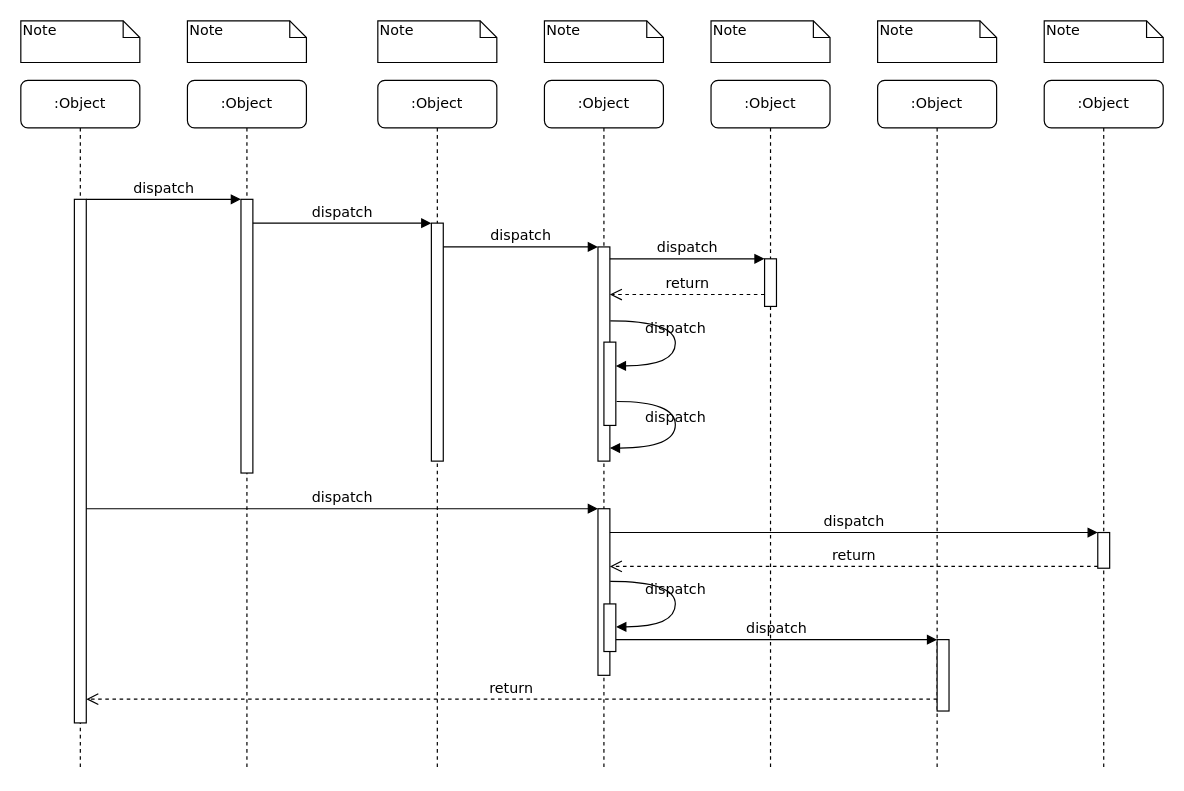
This is python服务架构.drawio from linxinqiang90/drawio, a draw.io file, before an edit. Source tidied: cells renumbered, new cells numbered last; positions are measured from the earlier drawing's top-left corner, leaving out a move shared by most shapes. Both pictures are drawn from the tidied source at 119%, with x=0, y=0 at pixel (20, 20).
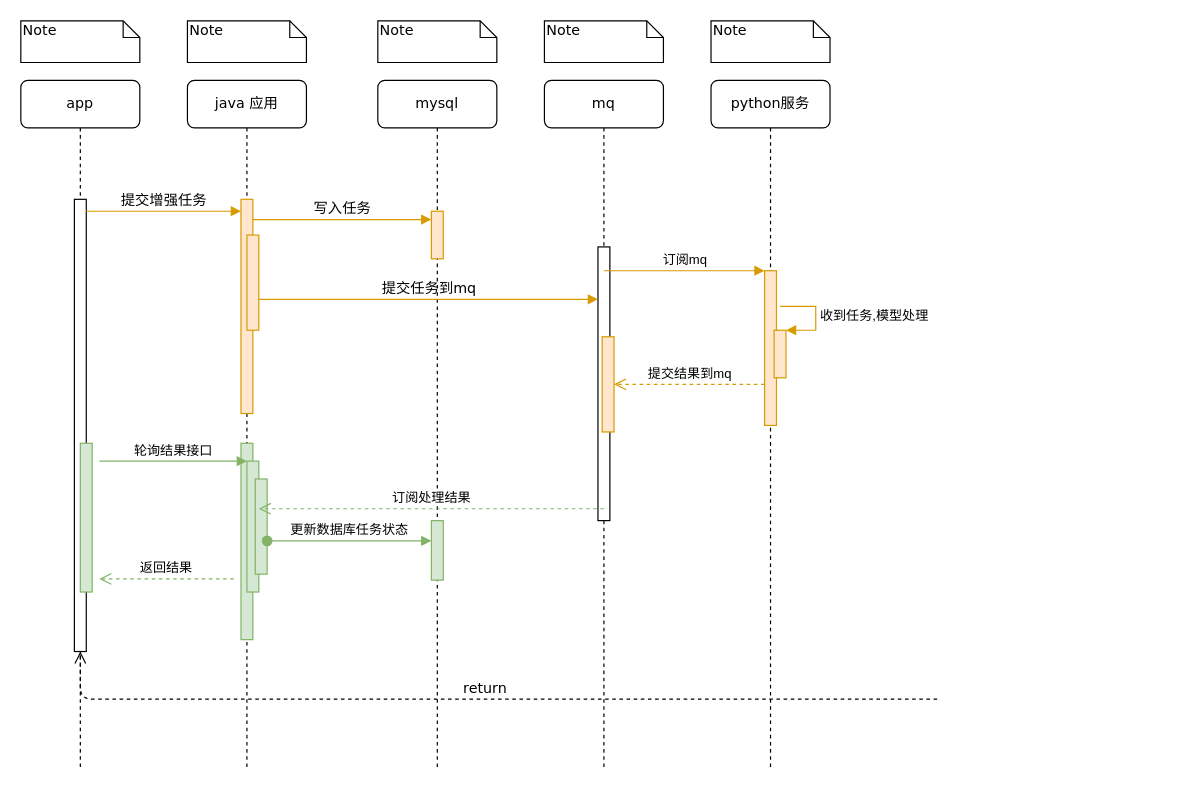
The same diagram, later.

Commit message:
更新python服务架构.drawio

Change to the diagram source:
```diff
@@
-    <mxCell id="2" value=":Object" style="shape=umlLifeline;perimeter=lifelinePerimeter;whiteSpace=wrap;html=1;rounded=1;shadow=0;comic=0;labelBackgroundColor=none;strokeWidth=1;fontFamily=Verdana;fontSize=12;align=center;" parent="1" vertex="1">
+    <mxCell id="2" value="java 应用" style="shape=umlLifeline;perimeter=lifelinePerimeter;whiteSpace=wrap;html=1;rounded=1;shadow=0;comic=0;labelBackgroundColor=none;strokeWidth=1;fontFamily=Verdana;fontSize=12;align=center;" parent="1" vertex="1">
       <mxGeometry x="140" y="50" width="100" height="580" as="geometry" />
     </mxCell>
-    <mxCell id="3" style="html=1;points=[];perimeter=orthogonalPerimeter;rounded=0;shadow=0;comic=0;labelBackgroundColor=none;strokeWidth=1;fontFamily=Verdana;fontSize=12;align=center;" parent="2" vertex="1">
-      <mxGeometry x="45" y="100" width="10" height="230" as="geometry" />
+    <mxCell id="3" style="html=1;points=[];perimeter=orthogonalPerimeter;rounded=0;shadow=0;comic=0;labelBackgroundColor=none;strokeWidth=1;fontFamily=Verdana;fontSize=12;align=center;fillColor=#ffe6cc;strokeColor=#d79b00;" parent="2" vertex="1">
+      <mxGeometry x="45" y="100" width="10" height="180" as="geometry" />
     </mxCell>
+    <mxCell id="39" style="html=1;perimeter=orthogonalPerimeter;fillColor=#ffe6cc;strokeColor=#d79b00;" parent="2" vertex="1">
+      <mxGeometry x="50" y="130" width="10" height="80" as="geometry" />
+    </mxCell>
+    <mxCell id="40" style="html=1;perimeter=orthogonalPerimeter;fillColor=#d5e8d4;strokeColor=#82b366;" parent="2" vertex="1">
+      <mxGeometry x="45" y="305" width="10" height="165" as="geometry" />
+    </mxCell>
+    <mxCell id="41" style="html=1;points=[];perimeter=orthogonalPerimeter;fillColor=#d5e8d4;strokeColor=#82b366;" parent="2" vertex="1">
+      <mxGeometry x="50" y="320" width="10" height="110" as="geometry" />
+    </mxCell>
+    <mxCell id="42" style="html=1;perimeter=orthogonalPerimeter;fillColor=#d5e8d4;strokeColor=#82b366;" parent="2" vertex="1">
+      <mxGeometry x="57" y="335" width="10" height="80" as="geometry" />
+    </mxCell>
+    <mxCell id="43" value="更新数据库任务状态" style="html=1;verticalAlign=bottom;startArrow=oval;startFill=1;endArrow=block;startSize=8;rounded=0;fillColor=#d5e8d4;strokeColor=#82b366;" parent="2" edge="1" target="44">
+      <mxGeometry relative="1" as="geometry">
+        <mxPoint x="67" y="387" as="sourcePoint" />
+      </mxGeometry>
+    </mxCell>
-    <mxCell id="4" value=":Object" style="shape=umlLifeline;perimeter=lifelinePerimeter;whiteSpace=wrap;html=1;rounded=1;shadow=0;comic=0;labelBackgroundColor=none;strokeWidth=1;fontFamily=Verdana;fontSize=12;align=center;" parent="1" vertex="1">
+    <mxCell id="4" value="mysql" style="shape=umlLifeline;perimeter=lifelinePerimeter;whiteSpace=wrap;html=1;rounded=1;shadow=0;comic=0;labelBackgroundColor=none;strokeWidth=1;fontFamily=Verdana;fontSize=12;align=center;" parent="1" vertex="1">
       <mxGeometry x="300" y="50" width="100" height="580" as="geometry" />
     </mxCell>
-    <mxCell id="5" style="html=1;points=[];perimeter=orthogonalPerimeter;rounded=0;shadow=0;comic=0;labelBackgroundColor=none;strokeWidth=1;fontFamily=Verdana;fontSize=12;align=center;" parent="4" vertex="1">
-      <mxGeometry x="45" y="120" width="10" height="200" as="geometry" />
+    <mxCell id="5" style="html=1;points=[];perimeter=orthogonalPerimeter;rounded=0;shadow=0;comic=0;labelBackgroundColor=none;strokeWidth=1;fontFamily=Verdana;fontSize=12;align=center;fillColor=#ffe6cc;strokeColor=#d79b00;" parent="4" vertex="1">
+      <mxGeometry x="45" y="110" width="10" height="40" as="geometry" />
     </mxCell>
+    <mxCell id="44" style="html=1;points=[];perimeter=orthogonalPerimeter;fillColor=#d5e8d4;strokeColor=#82b366;" parent="4" vertex="1">
+      <mxGeometry x="45" y="370" width="10" height="50" as="geometry" />
+    </mxCell>
-    <mxCell id="6" value=":Object" style="shape=umlLifeline;perimeter=lifelinePerimeter;whiteSpace=wrap;html=1;rounded=1;shadow=0;comic=0;labelBackgroundColor=none;strokeWidth=1;fontFamily=Verdana;fontSize=12;align=center;" parent="1" vertex="1">
+    <mxCell id="6" value="mq" style="shape=umlLifeline;perimeter=lifelinePerimeter;whiteSpace=wrap;html=1;rounded=1;shadow=0;comic=0;labelBackgroundColor=none;strokeWidth=1;fontFamily=Verdana;fontSize=12;align=center;" parent="1" vertex="1">
       <mxGeometry x="440" y="50" width="100" height="580" as="geometry" />
     </mxCell>
-    <mxCell id="7" value=":Object" style="shape=umlLifeline;perimeter=lifelinePerimeter;whiteSpace=wrap;html=1;rounded=1;shadow=0;comic=0;labelBackgroundColor=none;strokeWidth=1;fontFamily=Verdana;fontSize=12;align=center;" parent="1" vertex="1">
+    <mxCell id="7" value="python服务" style="shape=umlLifeline;perimeter=lifelinePerimeter;whiteSpace=wrap;html=1;rounded=1;shadow=0;comic=0;labelBackgroundColor=none;strokeWidth=1;fontFamily=Verdana;fontSize=12;align=center;" parent="1" vertex="1">
       <mxGeometry x="580" y="50" width="100" height="580" as="geometry" />
     </mxCell>
-    <mxCell id="8" value=":Object" style="shape=umlLifeline;perimeter=lifelinePerimeter;whiteSpace=wrap;html=1;rounded=1;shadow=0;comic=0;labelBackgroundColor=none;strokeWidth=1;fontFamily=Verdana;fontSize=12;align=center;" parent="1" vertex="1">
-      <mxGeometry x="720" y="50" width="100" height="580" as="geometry" />
-    </mxCell>
-    <mxCell id="9" value=":Object" style="shape=umlLifeline;perimeter=lifelinePerimeter;whiteSpace=wrap;html=1;rounded=1;shadow=0;comic=0;labelBackgroundColor=none;strokeWidth=1;fontFamily=Verdana;fontSize=12;align=center;" parent="1" vertex="1">
-      <mxGeometry x="860" y="50" width="100" height="580" as="geometry" />
-    </mxCell>
+    <mxCell id="45" style="html=1;points=[];perimeter=orthogonalPerimeter;fillColor=#ffe6cc;strokeColor=#d79b00;" parent="7" vertex="1">
+      <mxGeometry x="45" y="160" width="10" height="130" as="geometry" />
+    </mxCell>
+    <mxCell id="46" style="html=1;points=[];perimeter=orthogonalPerimeter;fillColor=#ffe6cc;strokeColor=#d79b00;" parent="7" vertex="1">
+      <mxGeometry x="53" y="210" width="10" height="40" as="geometry" />
+    </mxCell>
+    <mxCell id="47" value="收到任务,模型处理" style="edgeStyle=orthogonalEdgeStyle;html=1;align=left;spacingLeft=2;endArrow=block;rounded=0;entryX=1;entryY=0;fillColor=#ffe6cc;strokeColor=#d79b00;" parent="7" edge="1" target="46">
+      <mxGeometry relative="1" as="geometry">
+        <mxPoint x="58" y="190" as="sourcePoint" />
+        <Array as="points">
+          <mxPoint x="88" y="190" />
+        </Array>
+      </mxGeometry>
+    </mxCell>
-    <mxCell id="10" value=":Object" style="shape=umlLifeline;perimeter=lifelinePerimeter;whiteSpace=wrap;html=1;rounded=1;shadow=0;comic=0;labelBackgroundColor=none;strokeWidth=1;fontFamily=Verdana;fontSize=12;align=center;" parent="1" vertex="1">
+    <mxCell id="10" value="app" style="shape=umlLifeline;perimeter=lifelinePerimeter;whiteSpace=wrap;html=1;rounded=1;shadow=0;comic=0;labelBackgroundColor=none;strokeWidth=1;fontFamily=Verdana;fontSize=12;align=center;" parent="1" vertex="1">
       <mxGeometry y="50" width="100" height="580" as="geometry" />
     </mxCell>
     <mxCell id="11" style="html=1;points=[];perimeter=orthogonalPerimeter;rounded=0;shadow=0;comic=0;labelBackgroundColor=none;strokeWidth=1;fontFamily=Verdana;fontSize=12;align=center;" parent="10" vertex="1">
-      <mxGeometry x="45" y="100" width="10" height="440" as="geometry" />
+      <mxGeometry x="45" y="100" width="10" height="380" as="geometry" />
     </mxCell>
+    <mxCell id="48" style="html=1;perimeter=orthogonalPerimeter;fillColor=#d5e8d4;strokeColor=#82b366;" parent="10" vertex="1">
+      <mxGeometry x="50" y="305" width="10" height="125" as="geometry" />
+    </mxCell>
     <mxCell id="12" style="html=1;points=[];perimeter=orthogonalPerimeter;rounded=0;shadow=0;comic=0;labelBackgroundColor=none;strokeWidth=1;fontFamily=Verdana;fontSize=12;align=center;" parent="1" vertex="1">
-      <mxGeometry x="485" y="190" width="10" height="180" as="geometry" />
+      <mxGeometry x="485" y="190" width="10" height="230" as="geometry" />
     </mxCell>
-    <mxCell id="13" value="dispatch" style="html=1;verticalAlign=bottom;endArrow=block;labelBackgroundColor=none;fontFamily=Verdana;fontSize=12;edgeStyle=elbowEdgeStyle;elbow=vertical;" parent="1" edge="1" source="5" target="12">
+    <mxCell id="13" value="提交任务到mq" style="html=1;verticalAlign=bottom;endArrow=block;labelBackgroundColor=none;fontFamily=Verdana;fontSize=12;edgeStyle=elbowEdgeStyle;elbow=vertical;fillColor=#ffe6cc;strokeColor=#d79b00;" parent="1" edge="1">
       <mxGeometry relative="1" as="geometry">
+        <mxPoint x="200" y="234" as="sourcePoint" />
+        <mxPoint x="485" y="234" as="targetPoint" />
         <Array as="points">
-          <mxPoint x="360" y="190" />
+          <mxPoint x="380" y="234" />
+          <mxPoint x="390" y="214" />
+          <mxPoint x="200" y="214" />
         </Array>
       </mxGeometry>
     </mxCell>
-    <mxCell id="14" style="html=1;points=[];perimeter=orthogonalPerimeter;rounded=0;shadow=0;comic=0;labelBackgroundColor=none;strokeWidth=1;fontFamily=Verdana;fontSize=12;align=center;" parent="1" vertex="1">
-      <mxGeometry x="625" y="200" width="10" height="40" as="geometry" />
-    </mxCell>
-    <mxCell id="15" value="dispatch" style="html=1;verticalAlign=bottom;endArrow=block;entryX=0;entryY=0;labelBackgroundColor=none;fontFamily=Verdana;fontSize=12;edgeStyle=elbowEdgeStyle;elbow=vertical;" parent="1" edge="1" source="12" target="14">
-      <mxGeometry relative="1" as="geometry" />
-    </mxCell>
-    <mxCell id="16" value="return" style="html=1;verticalAlign=bottom;endArrow=open;dashed=1;endSize=8;labelBackgroundColor=none;fontFamily=Verdana;fontSize=12;edgeStyle=elbowEdgeStyle;elbow=vertical;" parent="1" edge="1" source="14" target="12">
-      <mxGeometry relative="1" as="geometry">
-        <Array as="points">
-          <mxPoint x="570" y="230" />
-          <mxPoint x="600" y="230" />
-        </Array>
-      </mxGeometry>
-    </mxCell>
-    <mxCell id="17" style="html=1;points=[];perimeter=orthogonalPerimeter;rounded=0;shadow=0;comic=0;labelBackgroundColor=none;strokeWidth=1;fontFamily=Verdana;fontSize=12;align=center;" parent="1" vertex="1">
-      <mxGeometry x="485" y="410" width="10" height="140" as="geometry" />
-    </mxCell>
-    <mxCell id="18" value="dispatch" style="html=1;verticalAlign=bottom;endArrow=block;entryX=0;entryY=0;labelBackgroundColor=none;fontFamily=Verdana;fontSize=12;" parent="1" edge="1" source="11" target="17">
-      <mxGeometry relative="1" as="geometry" />
-    </mxCell>
-    <mxCell id="19" style="html=1;points=[];perimeter=orthogonalPerimeter;rounded=0;shadow=0;comic=0;labelBackgroundColor=none;strokeColor=#000000;strokeWidth=1;fillColor=#FFFFFF;fontFamily=Verdana;fontSize=12;fontColor=#000000;align=center;" parent="1" vertex="1">
-      <mxGeometry x="905" y="430" width="10" height="30" as="geometry" />
-    </mxCell>
-    <mxCell id="20" value="dispatch" style="html=1;verticalAlign=bottom;endArrow=block;entryX=0;entryY=0;labelBackgroundColor=none;fontFamily=Verdana;fontSize=12;" parent="1" edge="1" source="17" target="19">
-      <mxGeometry relative="1" as="geometry" />
-    </mxCell>
-    <mxCell id="21" value="return" style="html=1;verticalAlign=bottom;endArrow=open;dashed=1;endSize=8;exitX=0;exitY=0.95;labelBackgroundColor=none;fontFamily=Verdana;fontSize=12;" parent="1" edge="1" source="19" target="17">
-      <mxGeometry relative="1" as="geometry" />
-    </mxCell>
-    <mxCell id="22" style="html=1;points=[];perimeter=orthogonalPerimeter;rounded=0;shadow=0;comic=0;labelBackgroundColor=none;strokeWidth=1;fontFamily=Verdana;fontSize=12;align=center;" parent="1" vertex="1">
-      <mxGeometry x="770" y="520" width="10" height="60" as="geometry" />
-    </mxCell>
-    <mxCell id="23" value="dispatch" style="html=1;verticalAlign=bottom;endArrow=block;entryX=0;entryY=0;labelBackgroundColor=none;fontFamily=Verdana;fontSize=12;edgeStyle=elbowEdgeStyle;elbow=vertical;" parent="1" edge="1" source="30" target="22">
-      <mxGeometry relative="1" as="geometry" />
-    </mxCell>
-    <mxCell id="24" value="return" style="html=1;verticalAlign=bottom;endArrow=open;dashed=1;endSize=8;labelBackgroundColor=none;fontFamily=Verdana;fontSize=12;edgeStyle=elbowEdgeStyle;elbow=vertical;" parent="1" edge="1" source="22" target="11">
+    <mxCell id="24" value="return" style="html=1;verticalAlign=bottom;endArrow=open;dashed=1;endSize=8;labelBackgroundColor=none;fontFamily=Verdana;fontSize=12;edgeStyle=elbowEdgeStyle;elbow=vertical;" parent="1" edge="1" target="11">
       <mxGeometry relative="1" as="geometry">
+        <mxPoint x="770" y="570" as="sourcePoint" />
         <Array as="points">
           <mxPoint x="470" y="570" />
         </Array>
       </mxGeometry>
     </mxCell>
-    <mxCell id="25" value="dispatch" style="html=1;verticalAlign=bottom;endArrow=block;entryX=0;entryY=0;labelBackgroundColor=none;fontFamily=Verdana;fontSize=12;edgeStyle=elbowEdgeStyle;elbow=vertical;" parent="1" edge="1" source="11" target="3">
-      <mxGeometry relative="1" as="geometry" />
+    <mxCell id="25" value="提交增强任务" style="html=1;verticalAlign=bottom;endArrow=block;entryX=0;entryY=0;labelBackgroundColor=none;fontFamily=Verdana;fontSize=12;edgeStyle=elbowEdgeStyle;elbow=vertical;fillColor=#ffe6cc;strokeColor=#d79b00;" parent="1" edge="1">
+      <mxGeometry relative="1" as="geometry">
+        <mxPoint x="55" y="160" as="sourcePoint" />
+        <mxPoint x="185" y="160" as="targetPoint" />
+      </mxGeometry>
     </mxCell>
-    <mxCell id="26" value="dispatch" style="html=1;verticalAlign=bottom;endArrow=block;entryX=0;entryY=0;labelBackgroundColor=none;fontFamily=Verdana;fontSize=12;edgeStyle=elbowEdgeStyle;elbow=vertical;" parent="1" edge="1" source="3" target="5">
-      <mxGeometry relative="1" as="geometry" />
+    <mxCell id="26" value="写入任务" style="html=1;verticalAlign=bottom;endArrow=block;entryX=0;entryY=0;labelBackgroundColor=none;fontFamily=Verdana;fontSize=12;edgeStyle=elbowEdgeStyle;elbow=vertical;fillColor=#ffe6cc;strokeColor=#d79b00;" parent="1" edge="1">
+      <mxGeometry relative="1" as="geometry">
+        <mxPoint x="195" y="167" as="sourcePoint" />
+        <mxPoint x="345" y="167" as="targetPoint" />
+      </mxGeometry>
     </mxCell>
-    <mxCell id="27" style="html=1;points=[];perimeter=orthogonalPerimeter;rounded=0;shadow=0;comic=0;labelBackgroundColor=none;strokeWidth=1;fontFamily=Verdana;fontSize=12;align=center;" parent="1" vertex="1">
-      <mxGeometry x="490" y="270" width="10" height="70" as="geometry" />
-    </mxCell>
-    <mxCell id="28" value="dispatch" style="html=1;verticalAlign=bottom;endArrow=block;labelBackgroundColor=none;fontFamily=Verdana;fontSize=12;elbow=vertical;edgeStyle=orthogonalEdgeStyle;curved=1;entryX=1;entryY=0.286;entryPerimeter=0;exitX=1.038;exitY=0.345;exitPerimeter=0;" parent="1" edge="1" source="12" target="27">
-      <mxGeometry relative="1" as="geometry">
-        <Array as="points">
-          <mxPoint x="550" y="252" />
-          <mxPoint x="550" y="290" />
-        </Array>
-      </mxGeometry>
-    </mxCell>
-    <mxCell id="29" value="dispatch" style="html=1;verticalAlign=bottom;endArrow=block;labelBackgroundColor=none;fontFamily=Verdana;fontSize=12;elbow=vertical;edgeStyle=orthogonalEdgeStyle;curved=1;exitX=1.066;exitY=0.713;exitPerimeter=0;" parent="1" edge="1" source="27">
-      <mxGeometry relative="1" as="geometry">
-        <mxPoint x="495" y="359" as="targetPoint" />
-        <Array as="points">
-          <mxPoint x="550" y="320" />
-          <mxPoint x="550" y="359" />
-        </Array>
-      </mxGeometry>
-    </mxCell>
-    <mxCell id="30" style="html=1;points=[];perimeter=orthogonalPerimeter;rounded=0;shadow=0;comic=0;labelBackgroundColor=none;strokeWidth=1;fontFamily=Verdana;fontSize=12;align=center;" parent="1" vertex="1">
-      <mxGeometry x="490" y="490" width="10" height="40" as="geometry" />
-    </mxCell>
-    <mxCell id="31" value="dispatch" style="html=1;verticalAlign=bottom;endArrow=block;labelBackgroundColor=none;fontFamily=Verdana;fontSize=12;elbow=vertical;edgeStyle=orthogonalEdgeStyle;curved=1;entryX=1;entryY=0.286;entryPerimeter=0;exitX=1.038;exitY=0.345;exitPerimeter=0;" parent="1" edge="1">
-      <mxGeometry relative="1" as="geometry">
-        <mxPoint x="495.3" y="471" as="sourcePoint" />
-        <mxPoint x="500.3" y="509.3" as="targetPoint" />
-        <Array as="points">
-          <mxPoint x="550" y="471" />
-          <mxPoint x="550" y="509" />
-        </Array>
-      </mxGeometry>
-    </mxCell>
@@
-    <mxCell id="37" value="Note" style="shape=note;whiteSpace=wrap;html=1;size=14;verticalAlign=top;align=left;spacingTop=-6;rounded=0;shadow=0;comic=0;labelBackgroundColor=none;strokeWidth=1;fontFamily=Verdana;fontSize=12;" parent="1" vertex="1">
-      <mxGeometry x="720" width="100" height="35" as="geometry" />
-    </mxCell>
-    <mxCell id="38" value="Note" style="shape=note;whiteSpace=wrap;html=1;size=14;verticalAlign=top;align=left;spacingTop=-6;rounded=0;shadow=0;comic=0;labelBackgroundColor=none;strokeWidth=1;fontFamily=Verdana;fontSize=12;" parent="1" vertex="1">
-      <mxGeometry x="860" width="100" height="35" as="geometry" />
-    </mxCell>
+    <mxCell id="49" value="订阅mq" style="html=1;verticalAlign=bottom;endArrow=block;entryX=0;entryY=0;rounded=0;fillColor=#ffe6cc;strokeColor=#d79b00;" parent="1" edge="1" target="45">
+      <mxGeometry relative="1" as="geometry">
+        <mxPoint x="490" y="210" as="sourcePoint" />
+      </mxGeometry>
+    </mxCell>
+    <mxCell id="50" value="提交结果到mq" style="html=1;verticalAlign=bottom;endArrow=open;dashed=1;endSize=8;exitX=0;exitY=0.95;rounded=0;fillColor=#ffe6cc;strokeColor=#d79b00;" parent="1" edge="1" target="51">
+      <mxGeometry relative="1" as="geometry">
+        <mxPoint x="625" y="305.5" as="sourcePoint" />
+      </mxGeometry>
+    </mxCell>
+    <mxCell id="51" style="html=1;points=[];perimeter=orthogonalPerimeter;fillColor=#ffe6cc;strokeColor=#d79b00;" parent="1" vertex="1">
+      <mxGeometry x="488.5" y="265.5" width="10" height="80" as="geometry" />
+    </mxCell>
+    <mxCell id="52" value="订阅处理结果" style="html=1;verticalAlign=bottom;endArrow=open;dashed=1;endSize=8;rounded=0;fillColor=#d5e8d4;strokeColor=#82b366;" parent="1" edge="1">
+      <mxGeometry relative="1" as="geometry">
+        <mxPoint x="490" y="410" as="sourcePoint" />
+        <mxPoint x="200" y="410" as="targetPoint" />
+      </mxGeometry>
+    </mxCell>
+    <mxCell id="53" value="轮询结果接口" style="html=1;verticalAlign=bottom;endArrow=block;entryX=0;entryY=0;rounded=0;fillColor=#d5e8d4;strokeColor=#82b366;" parent="1" edge="1" target="41">
+      <mxGeometry relative="1" as="geometry">
+        <mxPoint x="66" y="370" as="sourcePoint" />
+      </mxGeometry>
+    </mxCell>
+    <mxCell id="54" value="返回结果" style="html=1;verticalAlign=bottom;endArrow=open;dashed=1;endSize=8;exitX=0;exitY=0.95;rounded=0;fillColor=#d5e8d4;strokeColor=#82b366;" parent="1" edge="1">
+      <mxGeometry relative="1" as="geometry">
+        <mxPoint x="179" y="469" as="sourcePoint" />
+        <mxPoint x="66" y="469" as="targetPoint" />
+      </mxGeometry>
+    </mxCell>
```
